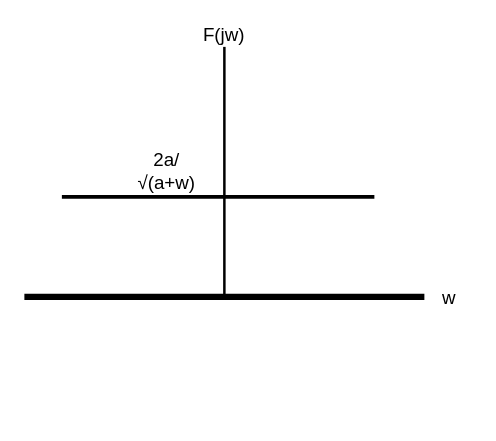
jayluxferro/draw.io-diagrams keeps this draw.io diagram as page "Page-3" (3 of 8) of markingScheme.drawio. Above is the earlier version. Source tidied: cells renumbered, new cells numbered last; positions are measured from the earlier drawing's top-left corner, leaving out a move shared by most shapes. Both pictures are drawn from the tidied source at 125%, with x=0, y=0 at pixel (24, 21).
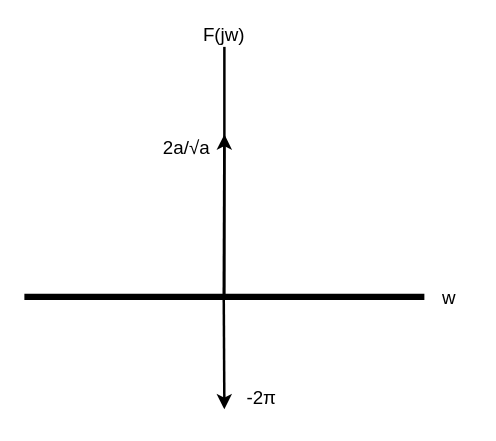
Above is the later version.

The edit, as a diff of the source:
```diff
@@
 <mxGraphModel>
   <root>
     <mxCell id="0" />
     <mxCell id="1" parent="0" />
     <mxCell id="2" style="endArrow=none;html=1;strokeWidth=5;" parent="1" edge="1">
       <mxGeometry relative="1" as="geometry">
         <mxPoint x="320" y="220" as="sourcePoint" />
         <mxPoint y="220" as="targetPoint" />
       </mxGeometry>
     </mxCell>
     <mxCell id="3" style="endArrow=none;html=1;strokeWidth=2;" parent="1" edge="1">
       <mxGeometry relative="1" as="geometry">
         <mxPoint x="160" y="220" as="sourcePoint" />
         <mxPoint x="160" y="20" as="targetPoint" />
       </mxGeometry>
     </mxCell>
     <mxCell id="4" value="w" style="text;html=1;strokeColor=none;fillColor=none;align=center;verticalAlign=middle;whiteSpace=wrap;rounded=0;fontSize=15;" parent="1" vertex="1">
       <mxGeometry x="320" y="210" width="40" height="20" as="geometry" />
     </mxCell>
     <mxCell id="5" value="F(jw)" style="text;html=1;strokeColor=none;fillColor=none;align=center;verticalAlign=middle;whiteSpace=wrap;rounded=0;fontSize=15;" parent="1" vertex="1">
       <mxGeometry x="140" width="40" height="20" as="geometry" />
     </mxCell>
-    <mxCell id="6" style="endArrow=none;html=1;strokeWidth=3;" parent="1" edge="1">
-      <mxGeometry relative="1" as="geometry">
-        <mxPoint x="30" y="140" as="sourcePoint" />
-        <mxPoint x="280" y="140" as="targetPoint" />
-      </mxGeometry>
-    </mxCell>
-    <mxCell id="7" value="&lt;span class=&quot;texhtml&quot;&gt;2a/&lt;span class=&quot;texhtml&quot;&gt;&lt;span class=&quot;nowrap&quot;&gt;√&lt;/span&gt;&lt;/span&gt;(a+w)&lt;/span&gt;" style="text;html=1;strokeColor=none;fillColor=none;align=center;verticalAlign=middle;whiteSpace=wrap;rounded=0;fontSize=15;" parent="1" vertex="1">
-      <mxGeometry x="94" y="109" width="40" height="20" as="geometry" />
+    <mxCell id="7" value="&lt;span class=&quot;texhtml&quot;&gt;2a/&lt;span class=&quot;texhtml&quot;&gt;&lt;span class=&quot;nowrap&quot;&gt;√&lt;/span&gt;&lt;/span&gt;a&lt;/span&gt;" style="text;html=1;strokeColor=none;fillColor=none;align=center;verticalAlign=middle;whiteSpace=wrap;rounded=0;fontSize=15;" parent="1" vertex="1">
+      <mxGeometry x="110" y="90" width="40" height="20" as="geometry" />
     </mxCell>
+    <mxCell id="8" style="endArrow=classic;html=1;strokeWidth=2;" parent="1" edge="1">
+      <mxGeometry relative="1" as="geometry">
+        <mxPoint x="159.5" y="220" as="sourcePoint" />
+        <mxPoint x="160" y="310" as="targetPoint" />
+      </mxGeometry>
+    </mxCell>
+    <mxCell id="9" value="-2&lt;span class=&quot;texhtml&quot;&gt;π&lt;/span&gt;" style="text;html=1;strokeColor=none;fillColor=none;align=center;verticalAlign=middle;whiteSpace=wrap;rounded=0;fontSize=15;" parent="1" vertex="1">
+      <mxGeometry x="170" y="290" width="40" height="20" as="geometry" />
+    </mxCell>
+    <mxCell id="10" style="endArrow=classic;html=1;strokeWidth=2;" parent="1" edge="1">
+      <mxGeometry relative="1" as="geometry">
+        <mxPoint x="159.5" y="220" as="sourcePoint" />
+        <mxPoint x="160" y="90" as="targetPoint" />
+      </mxGeometry>
+    </mxCell>
   </root>
 </mxGraphModel>
```
